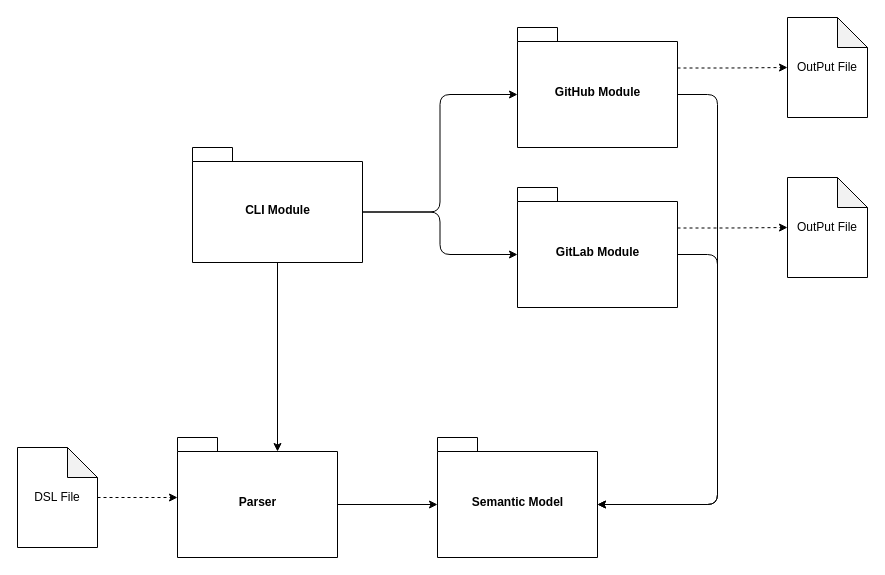
Above: page "SystemOverview" (1 of 6) of documentation/diagrams/SystemOverview.drawio in Tobiaskr12/SingularCI (draw.io), before the change. Source tidied: cells renumbered, new cells numbered last; positions are measured from the earlier drawing's top-left corner, leaving out a move shared by most shapes. Both pictures are drawn from the tidied source at 100%, with x=0, y=0 at pixel (17, 17).
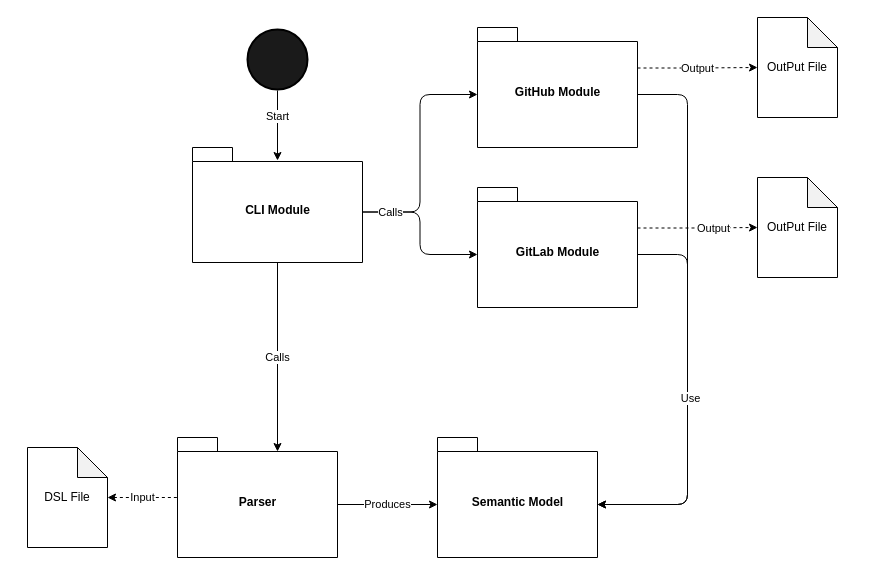
Above is the later version.

The change refers to these unchanged cells:
```xml
<mxCell id="5" value="CLI Module" style="shape=folder;fontStyle=1;spacingTop=10;tabWidth=40;tabHeight=14;tabPosition=left;html=1;" parent="1" vertex="1">
  <mxGeometry x="175" y="130" width="170" height="115" as="geometry" />
</mxCell>
<mxCell id="7" value="Parser" style="shape=folder;fontStyle=1;spacingTop=10;tabWidth=40;tabHeight=14;tabPosition=left;html=1;" parent="1" vertex="1">
  <mxGeometry x="160" y="420" width="160" height="120" as="geometry" />
</mxCell>
<mxCell id="8" value="Semantic Model" style="shape=folder;fontStyle=1;spacingTop=10;tabWidth=40;tabHeight=14;tabPosition=left;html=1;" parent="1" vertex="1">
  <mxGeometry x="420" y="420" width="160" height="120" as="geometry" />
</mxCell>
<mxCell id="13" style="edgeStyle=orthogonalEdgeStyle;html=1;exitX=0;exitY=0;exitDx=160;exitDy=40.5;exitPerimeter=0;entryX=0;entryY=0.5;entryDx=0;entryDy=0;entryPerimeter=0;startArrow=none;startFill=0;endArrow=classic;endFill=1;dashed=1;" parent="1" edge="1" source="14" target="17">
  <mxGeometry relative="1" as="geometry" />
</mxCell>
```

Diff of the diagram source:
```diff
@@
-    <mxCell id="2" style="edgeStyle=none;html=1;exitX=0.5;exitY=1;exitDx=0;exitDy=0;exitPerimeter=0;entryX=0;entryY=0;entryDx=100;entryDy=14;entryPerimeter=0;startArrow=none;startFill=0;" parent="1" edge="1" source="5" target="7">
+    <mxCell id="2" value="Calls" style="edgeStyle=none;html=1;exitX=0.5;exitY=1;exitDx=0;exitDy=0;exitPerimeter=0;entryX=0;entryY=0;entryDx=100;entryDy=14;entryPerimeter=0;startArrow=none;startFill=0;" parent="1" edge="1" source="5" target="7">
       <mxGeometry relative="1" as="geometry" />
     </mxCell>
@@
-    <mxCell id="4" style="edgeStyle=orthogonalEdgeStyle;html=1;exitX=0;exitY=0;exitDx=170;exitDy=64.5;exitPerimeter=0;entryX=0;entryY=0;entryDx=0;entryDy=67;entryPerimeter=0;startArrow=none;startFill=0;endArrow=classic;endFill=1;" parent="1" edge="1" source="5" target="14">
-      <mxGeometry relative="1" as="geometry" />
+    <mxCell id="4" value="Calls" style="edgeStyle=orthogonalEdgeStyle;html=1;exitX=0;exitY=0;exitDx=170;exitDy=64.5;exitPerimeter=0;entryX=0;entryY=0;entryDx=0;entryDy=67;entryPerimeter=0;startArrow=none;startFill=0;endArrow=classic;endFill=1;" parent="1" edge="1" source="5" target="14">
+      <mxGeometry x="-0.65" relative="1" as="geometry" />
     </mxCell>
@@
-    <mxCell id="6" style="edgeStyle=none;html=1;exitX=0;exitY=0;exitDx=160;exitDy=67;exitPerimeter=0;entryX=0;entryY=0;entryDx=0;entryDy=67;entryPerimeter=0;" parent="1" edge="1" source="7" target="8">
+    <mxCell id="6" value="Produces" style="edgeStyle=none;html=1;exitX=0;exitY=0;exitDx=160;exitDy=67;exitPerimeter=0;entryX=0;entryY=0;entryDx=0;entryDy=67;entryPerimeter=0;" parent="1" edge="1" source="7" target="8">
       <mxGeometry relative="1" as="geometry" />
     </mxCell>
@@
     <mxCell id="9" style="edgeStyle=orthogonalEdgeStyle;html=1;exitX=0;exitY=0;exitDx=160;exitDy=67;exitPerimeter=0;entryX=0;entryY=0;entryDx=160;entryDy=67;entryPerimeter=0;startArrow=none;startFill=0;endArrow=classic;endFill=1;" parent="1" edge="1" source="11" target="8">
       <mxGeometry relative="1" as="geometry">
         <Array as="points">
-          <mxPoint x="700" y="77" />
-          <mxPoint x="700" y="487" />
+          <mxPoint x="670" y="77" />
+          <mxPoint x="670" y="487" />
         </Array>
       </mxGeometry>
     </mxCell>
-    <mxCell id="10" style="edgeStyle=orthogonalEdgeStyle;html=1;exitX=0;exitY=0;exitDx=160;exitDy=40.5;exitPerimeter=0;entryX=0;entryY=0.5;entryDx=0;entryDy=0;entryPerimeter=0;startArrow=none;startFill=0;endArrow=classic;endFill=1;dashed=1;" parent="1" edge="1" source="11" target="18">
+    <mxCell id="10" value="Output" style="edgeStyle=orthogonalEdgeStyle;html=1;exitX=0;exitY=0;exitDx=160;exitDy=40.5;exitPerimeter=0;entryX=0;entryY=0.5;entryDx=0;entryDy=0;entryPerimeter=0;startArrow=none;startFill=0;endArrow=classic;endFill=1;dashed=1;" parent="1" edge="1" source="11" target="18">
       <mxGeometry relative="1" as="geometry" />
     </mxCell>
     <mxCell id="11" value="GitHub Module" style="shape=folder;fontStyle=1;spacingTop=10;tabWidth=40;tabHeight=14;tabPosition=left;html=1;" parent="1" vertex="1">
-      <mxGeometry x="500" y="10" width="160" height="120" as="geometry" />
+      <mxGeometry x="460" y="10" width="160" height="120" as="geometry" />
     </mxCell>
     <mxCell id="12" style="edgeStyle=orthogonalEdgeStyle;html=1;exitX=0;exitY=0;exitDx=160;exitDy=67;exitPerimeter=0;entryX=0;entryY=0;entryDx=160;entryDy=67;entryPerimeter=0;startArrow=none;startFill=0;endArrow=classic;endFill=1;" parent="1" edge="1" source="14" target="8">
       <mxGeometry relative="1" as="geometry">
         <Array as="points">
-          <mxPoint x="700" y="237" />
-          <mxPoint x="700" y="487" />
+          <mxPoint x="670" y="237" />
+          <mxPoint x="670" y="487" />
         </Array>
       </mxGeometry>
     </mxCell>
+    <mxCell id="19" value="Use" style="edgeLabel;html=1;align=center;verticalAlign=middle;" parent="12" vertex="1">
+      <mxGeometry x="-0.01" y="2" relative="1" as="geometry" />
+    </mxCell>
@@
+    <mxCell id="20" value="Output" style="edgeLabel;html=1;align=center;verticalAlign=middle;" parent="13" vertex="1">
+      <mxGeometry x="0.24" relative="1" as="geometry">
+        <mxPoint x="1" as="offset" />
+      </mxGeometry>
+    </mxCell>
     <mxCell id="14" value="GitLab Module" style="shape=folder;fontStyle=1;spacingTop=10;tabWidth=40;tabHeight=14;tabPosition=left;html=1;" parent="1" vertex="1">
-      <mxGeometry x="500" y="170" width="160" height="120" as="geometry" />
+      <mxGeometry x="460" y="170" width="160" height="120" as="geometry" />
     </mxCell>
-    <mxCell id="15" style="edgeStyle=none;html=1;dashed=1;" parent="1" edge="1" source="16" target="7">
+    <mxCell id="15" value="Input" style="edgeStyle=none;html=1;dashed=1;startArrow=classic;startFill=1;endArrow=none;endFill=0;" parent="1" edge="1" source="16" target="7">
       <mxGeometry relative="1" as="geometry" />
     </mxCell>
     <mxCell id="16" value="DSL File" style="shape=note;whiteSpace=wrap;html=1;backgroundOutline=1;darkOpacity=0.05;" parent="1" vertex="1">
-      <mxGeometry y="430" width="80" height="100" as="geometry" />
+      <mxGeometry x="10" y="430" width="80" height="100" as="geometry" />
     </mxCell>
     <mxCell id="17" value="OutPut File" style="shape=note;whiteSpace=wrap;html=1;backgroundOutline=1;darkOpacity=0.05;" parent="1" vertex="1">
-      <mxGeometry x="770" y="160" width="80" height="100" as="geometry" />
+      <mxGeometry x="740" y="160" width="80" height="100" as="geometry" />
     </mxCell>
     <mxCell id="18" value="OutPut File" style="shape=note;whiteSpace=wrap;html=1;backgroundOutline=1;darkOpacity=0.05;" parent="1" vertex="1">
-      <mxGeometry x="770" width="80" height="100" as="geometry" />
+      <mxGeometry x="740" width="80" height="100" as="geometry" />
     </mxCell>
+    <mxCell id="21" style="edgeStyle=none;html=1;exitX=0.5;exitY=1;exitDx=0;exitDy=0;exitPerimeter=0;startArrow=none;startFill=0;endArrow=classic;endFill=1;" parent="1" edge="1">
+      <mxGeometry relative="1" as="geometry">
+        <mxPoint x="260" y="73" as="sourcePoint" />
+        <mxPoint x="260" y="143" as="targetPoint" />
+      </mxGeometry>
+    </mxCell>
+    <mxCell id="22" value="Start" style="edgeLabel;html=1;align=center;verticalAlign=middle;" parent="21" vertex="1">
+      <mxGeometry x="-0.3" y="-1" relative="1" as="geometry" />
+    </mxCell>
+    <mxCell id="23" style="strokeWidth=2;html=1;shape=mxgraph.flowchart.start_2;whiteSpace=wrap;fillColor=#1A1A1A;" parent="1" vertex="1">
+      <mxGeometry x="230" y="12" width="60" height="60" as="geometry" />
+    </mxCell>
```
